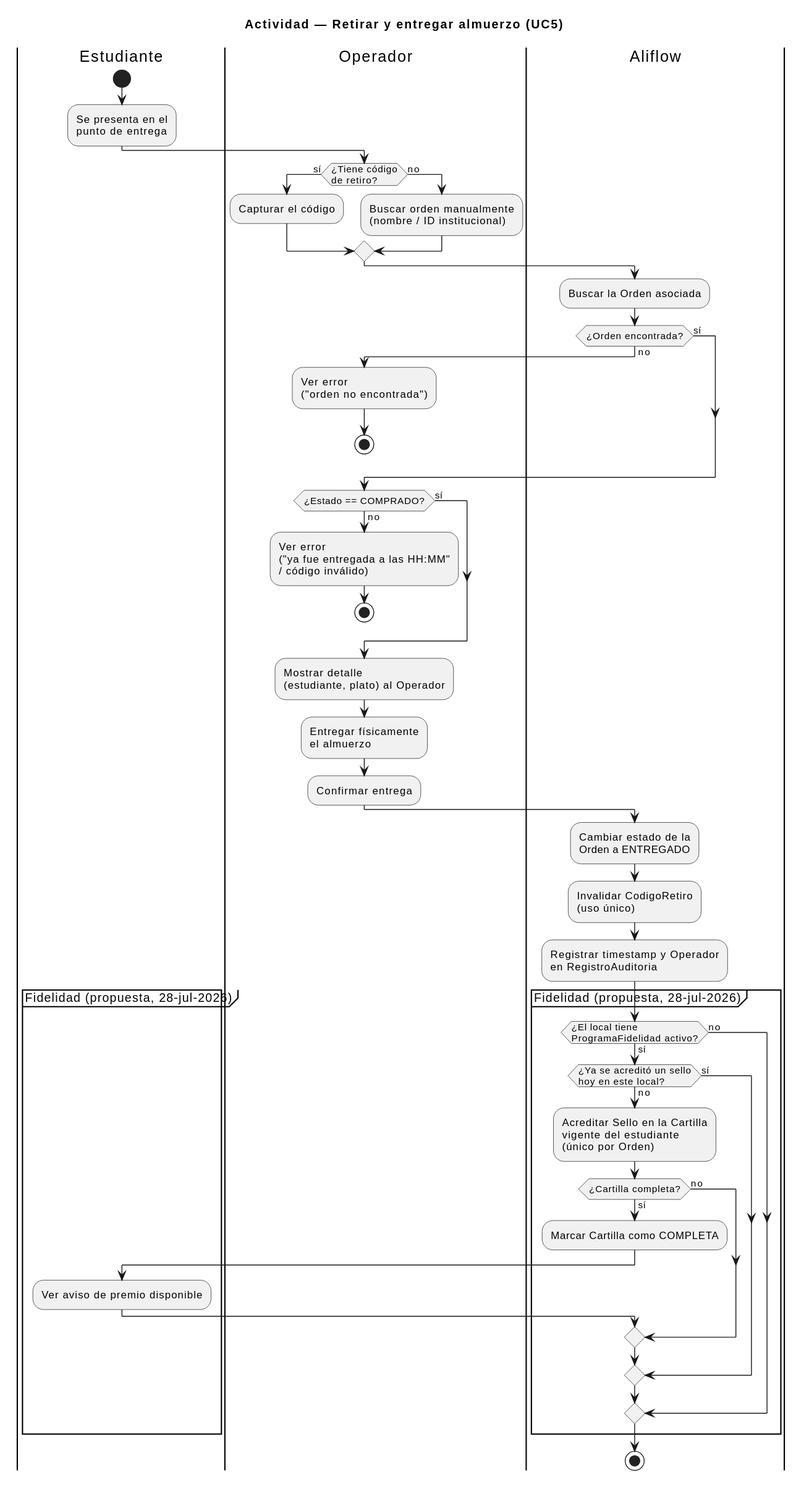
The PlantUML diagram Entregables/uml/actividad-retiro-entrega.svg in Jesus-JB/aliflow, before a commit. Source of this version:
```plantuml
@startuml
title Actividad — Retirar y entregar almuerzo (UC5)

|Estudiante|
start
:Se presenta en el\npunto de entrega;

|Operador|
if (¿Tiene código\nde retiro?) then (sí)
  :Capturar el código;
else (no)
  :Buscar orden manualmente\n(nombre / ID institucional);
endif

|Aliflow|
:Buscar la Orden asociada;
if (¿Orden encontrada?) then (no)
  |Operador|
  :Ver error\n("orden no encontrada");
  stop
else (sí)
endif

if (¿Estado == COMPRADO?) then (no)
  |Operador|
  :Ver error\n("ya fue entregada a las HH:MM"\n/ código inválido);
  stop
else (sí)
endif

:Mostrar detalle\n(estudiante, plato) al Operador;

|Operador|
:Entregar físicamente\nel almuerzo;
:Confirmar entrega;

|Aliflow|
:Cambiar estado de la\nOrden a ENTREGADO;
:Invalidar CodigoRetiro\n(uso único);
:Registrar timestamp y Operador\nen RegistroAuditoria;

partition "Fidelidad (propuesta, 28-jul-2026)" {
  if (¿El local tiene\nProgramaFidelidad activo?) then (no)
  else (sí)
    if (¿Ya se acreditó un sello\nhoy en este local?) then (sí)
    else (no)
      :Acreditar Sello en la Cartilla\nvigente del estudiante\n(único por Orden);
      if (¿Cartilla completa?) then (sí)
        :Marcar Cartilla como COMPLETA;
        |Estudiante|
        :Ver aviso de premio disponible;
        |Aliflow|
      else (no)
      endif
    endif
  endif
}
stop
@enduml
```
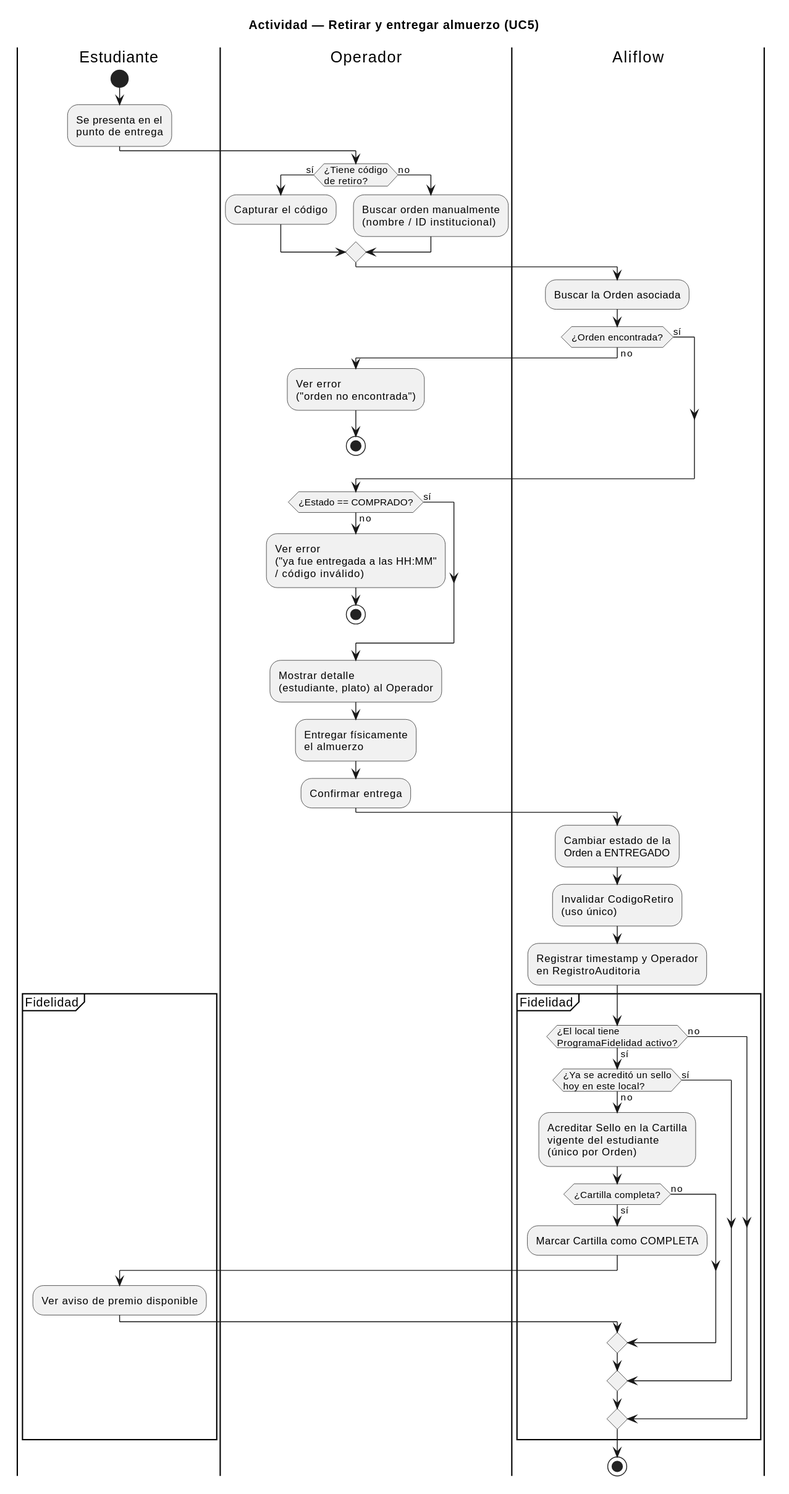
After the change.

Diff of the diagram source:
```diff
@@ -39,7 +39,7 @@
 :Invalidar CodigoRetiro\n(uso único);
 :Registrar timestamp y Operador\nen RegistroAuditoria;
 
-partition "Fidelidad (propuesta, 28-jul-2026)" {
+partition "Fidelidad" {
   if (¿El local tiene\nProgramaFidelidad activo?) then (no)
   else (sí)
     if (¿Ya se acreditó un sello\nhoy en este local?) then (sí)
```
